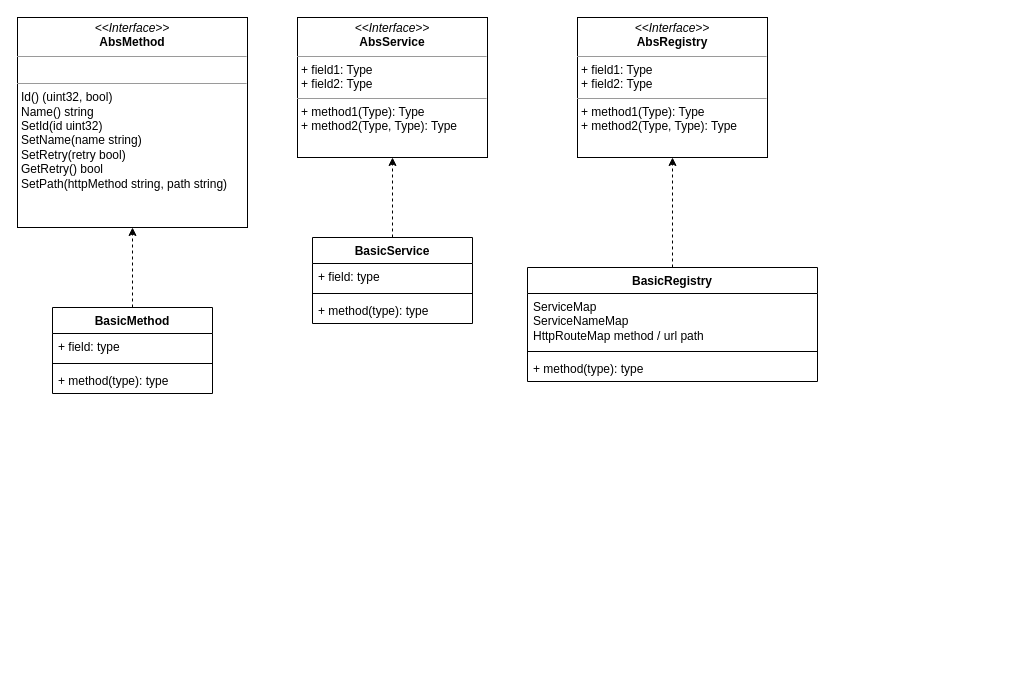
Earlier version of the draw.io diagram page "registry" (1 of 2) of frpc/frpc.drawio (hankeyyh/ft). Source tidied: cells renumbered, new cells numbered last; positions are measured from the earlier drawing's top-left corner, leaving out a move shared by most shapes. Both pictures are drawn from the tidied source at 100%, with x=0, y=0 at pixel (17, 17).
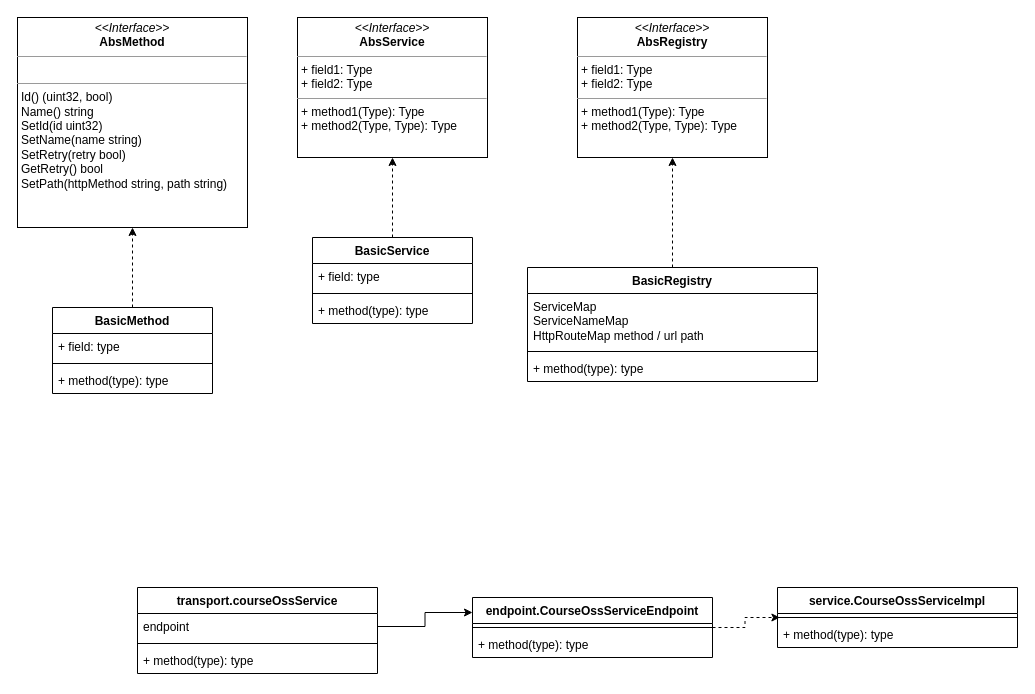
Above is the later version.

What changed in the source:
```diff
@@
+    <mxCell id="20" value="transport.courseOssService" style="swimlane;fontStyle=1;align=center;verticalAlign=top;horizontal=1;startSize=26;whiteSpace=wrap;html=1;" parent="1" vertex="1">
+      <mxGeometry x="120" y="570" width="240" height="86" as="geometry" />
+    </mxCell>
+    <mxCell id="21" value="endpoint" style="text;strokeColor=none;fillColor=none;align=left;verticalAlign=top;spacingLeft=4;spacingRight=4;overflow=hidden;points=[[0,0.5],[1,0.5]];portConstraint=eastwest;whiteSpace=wrap;html=1;" parent="20" vertex="1">
+      <mxGeometry y="26" width="240" height="26" as="geometry" />
+    </mxCell>
+    <mxCell id="22" style="line;strokeWidth=1;fillColor=none;align=left;verticalAlign=middle;spacingTop=-1;spacingLeft=3;spacingRight=3;labelPosition=right;strokeColor=inherit;" parent="20" vertex="1">
+      <mxGeometry y="52" width="240" height="8" as="geometry" />
+    </mxCell>
+    <mxCell id="23" value="+ method(type): type" style="text;strokeColor=none;fillColor=none;align=left;verticalAlign=top;spacingLeft=4;spacingRight=4;overflow=hidden;whiteSpace=wrap;html=1;" parent="20" vertex="1">
+      <mxGeometry y="60" width="240" height="26" as="geometry" />
+    </mxCell>
+    <mxCell id="24" style="edgeStyle=orthogonalEdgeStyle;rounded=0;jettySize=auto;html=1;entryX=0.01;entryY=-0.154;entryDx=0;entryDy=0;entryPerimeter=0;dashed=1;" parent="1" edge="1" source="25" target="31">
+      <mxGeometry relative="1" as="geometry" />
+    </mxCell>
+    <mxCell id="25" value="endpoint.CourseOssServiceEndpoint" style="swimlane;fontStyle=1;align=center;verticalAlign=top;horizontal=1;startSize=26;whiteSpace=wrap;html=1;" parent="1" vertex="1">
+      <mxGeometry x="455" y="580" width="240" height="60" as="geometry" />
+    </mxCell>
+    <mxCell id="26" style="line;strokeWidth=1;fillColor=none;align=left;verticalAlign=middle;spacingTop=-1;spacingLeft=3;spacingRight=3;labelPosition=right;strokeColor=inherit;" parent="25" vertex="1">
+      <mxGeometry y="26" width="240" height="8" as="geometry" />
+    </mxCell>
+    <mxCell id="27" value="+ method(type): type" style="text;strokeColor=none;fillColor=none;align=left;verticalAlign=top;spacingLeft=4;spacingRight=4;overflow=hidden;whiteSpace=wrap;html=1;" parent="25" vertex="1">
+      <mxGeometry y="34" width="240" height="26" as="geometry" />
+    </mxCell>
+    <mxCell id="28" style="edgeStyle=orthogonalEdgeStyle;rounded=0;jettySize=auto;html=1;entryX=0;entryY=0.25;entryDx=0;entryDy=0;" parent="1" edge="1" source="21" target="25">
+      <mxGeometry relative="1" as="geometry" />
+    </mxCell>
+    <mxCell id="29" value="service.CourseOssServiceImpl" style="swimlane;fontStyle=1;align=center;verticalAlign=top;horizontal=1;startSize=26;whiteSpace=wrap;html=1;" parent="1" vertex="1">
+      <mxGeometry x="760" y="570" width="240" height="60" as="geometry" />
+    </mxCell>
+    <mxCell id="30" style="line;strokeWidth=1;fillColor=none;align=left;verticalAlign=middle;spacingTop=-1;spacingLeft=3;spacingRight=3;labelPosition=right;strokeColor=inherit;" parent="29" vertex="1">
+      <mxGeometry y="26" width="240" height="8" as="geometry" />
+    </mxCell>
+    <mxCell id="31" value="+ method(type): type" style="text;strokeColor=none;fillColor=none;align=left;verticalAlign=top;spacingLeft=4;spacingRight=4;overflow=hidden;points=[[0,0.5],[1,0.5]];portConstraint=eastwest;whiteSpace=wrap;html=1;" parent="29" vertex="1">
+      <mxGeometry y="34" width="240" height="26" as="geometry" />
+    </mxCell>
```
